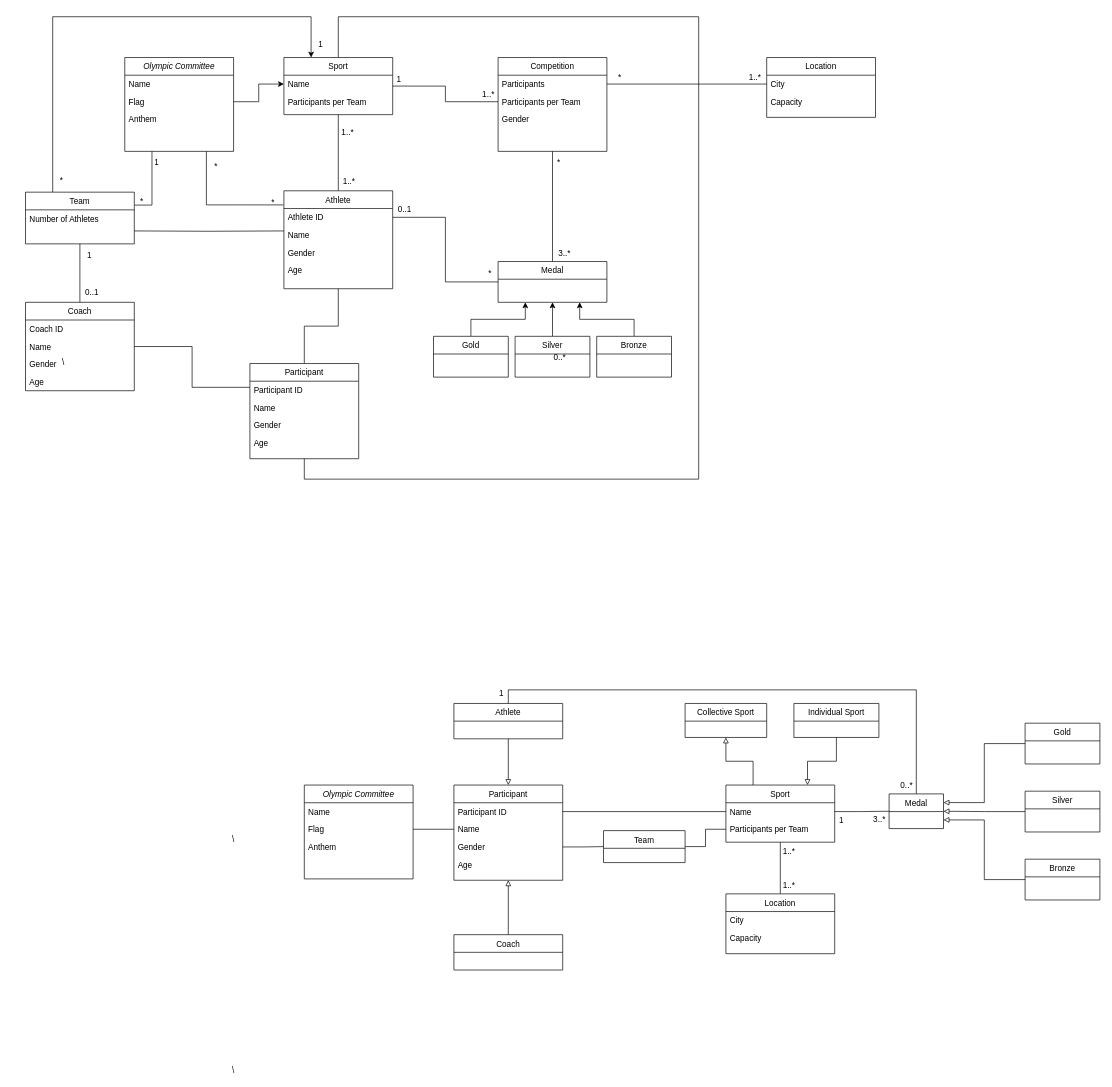
Malva2312/Base-de-Dados-2021-2022 keeps this draw.io diagram as JogosOlimpicos2020.drawio. Above is the earlier version. Source tidied: cells renumbered, new cells numbered last; positions are measured from the earlier drawing's top-left corner, leaving out a move shared by most shapes. Both pictures are drawn from the tidied source at 68%, with x=0, y=0 at pixel (12, 16).
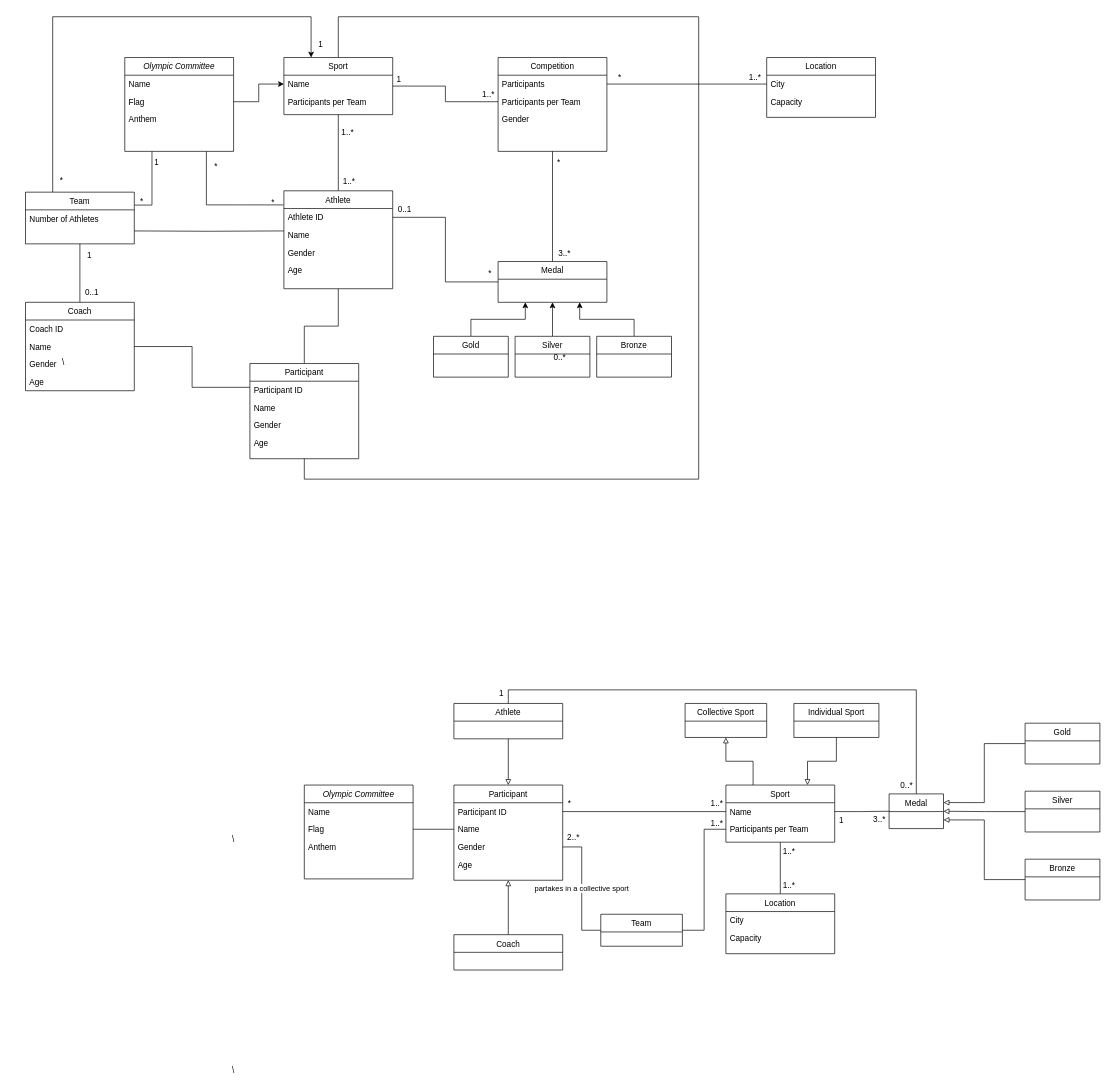
The same diagram, later.

Unchanged cells that the change refers to:
```xml
<mxCell id="78" value="Gender" style="text;align=left;verticalAlign=top;spacingLeft=4;spacingRight=4;overflow=hidden;points=[[0,0.5],[1,0.5]];portConstraint=eastwest;rounded=0;shadow=0;html=0;" parent="75" vertex="1">
  <mxGeometry y="78" width="160" height="26" as="geometry" />
</mxCell>
```

Change to the diagram source:
```diff
@@
     <mxCell id="89" value="Team" style="swimlane;fontStyle=0;align=center;verticalAlign=top;horizontal=1;startSize=26;rounded=0;shadow=0;strokeWidth=1;" parent="1" vertex="1">
-      <mxGeometry x="870" y="1197" width="120" height="47" as="geometry" />
+      <mxGeometry x="866" y="1320" width="120" height="47" as="geometry" />
     </mxCell>
@@
-    <mxCell id="110" style="edgeStyle=orthogonalEdgeStyle;rounded=0;jettySize=auto;html=1;exitX=1;exitY=0.5;exitDx=0;exitDy=0;entryX=0;entryY=0.5;entryDx=0;entryDy=0;startArrow=none;startFill=0;endArrow=none;endFill=0;" parent="1" edge="1" source="78" target="89">
+    <mxCell id="110" value="partakes in a collective sport" style="edgeStyle=orthogonalEdgeStyle;rounded=0;jettySize=auto;html=1;exitX=1;exitY=0.5;exitDx=0;exitDy=0;entryX=0;entryY=0.5;entryDx=0;entryDy=0;startArrow=none;startFill=0;endArrow=none;endFill=0;" parent="1" edge="1" source="78" target="89">
       <mxGeometry relative="1" as="geometry" />
     </mxCell>
@@
+    <mxCell id="120" style="align=left;verticalAlign=bottom;labelBackgroundColor=none;fontSize=12;" parent="1" vertex="1">
+      <mxGeometry x="479" y="1070" as="geometry">
+        <mxPoint x="260" y="52" as="offset" />
+      </mxGeometry>
+    </mxCell>
+    <mxCell id="121" value="1..*" style="align=left;verticalAlign=bottom;labelBackgroundColor=none;fontSize=12;" parent="1" vertex="1">
+      <mxGeometry x="766" y="1113" as="geometry">
+        <mxPoint x="260" y="52" as="offset" />
+      </mxGeometry>
+    </mxCell>
+    <mxCell id="122" value="*" style="align=left;verticalAlign=bottom;labelBackgroundColor=none;fontSize=12;" parent="1" vertex="1">
+      <mxGeometry x="556" y="1113" as="geometry">
+        <mxPoint x="260" y="52" as="offset" />
+      </mxGeometry>
+    </mxCell>
+    <mxCell id="123" value="1..*" style="align=left;verticalAlign=bottom;labelBackgroundColor=none;fontSize=12;" parent="1" vertex="1">
+      <mxGeometry x="766" y="1143" as="geometry">
+        <mxPoint x="260" y="52" as="offset" />
+      </mxGeometry>
+    </mxCell>
+    <mxCell id="124" value="2..*" style="align=left;verticalAlign=bottom;labelBackgroundColor=none;fontSize=12;" parent="1" vertex="1">
+      <mxGeometry x="555" y="1163" as="geometry">
+        <mxPoint x="260" y="52" as="offset" />
+      </mxGeometry>
+    </mxCell>
```
